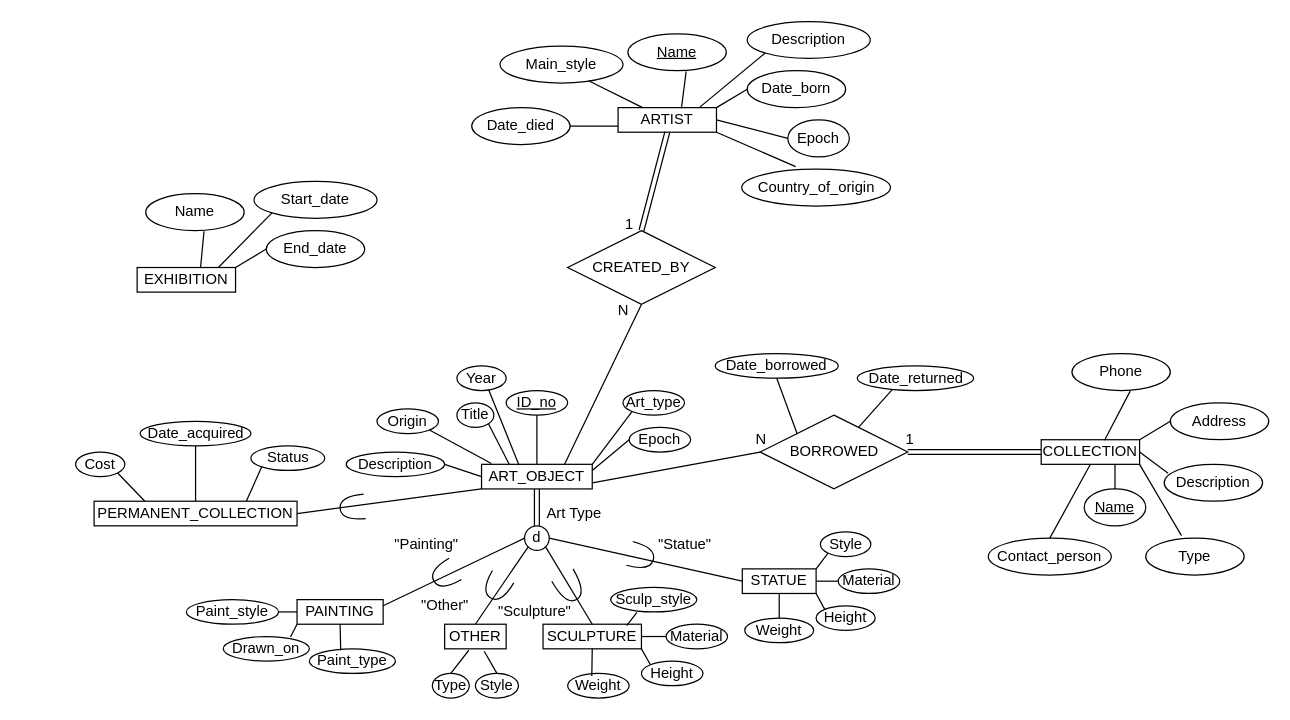
Maan-Khedr-ENSF-300/museum-project-chantae-katherine keeps this draw.io diagram as .github/Untitled Diagram.drawio. Above is the earlier version. Source tidied: cells renumbered, new cells numbered last; positions are measured from the earlier drawing's top-left corner, leaving out a move shared by most shapes. Both pictures are drawn from the tidied source at 123%, with x=0, y=0 at pixel (75, 21).
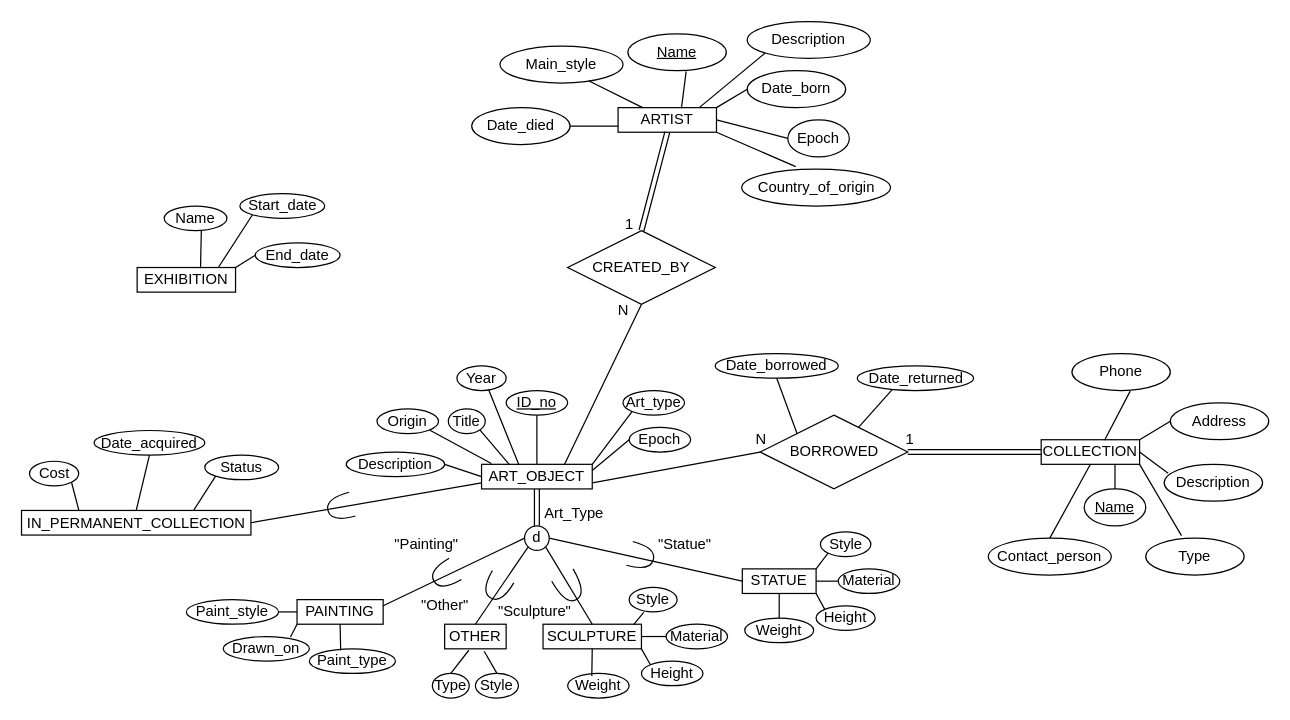
The same page after the edit.

Commit message:
Changed specialization name

Unchanged cells that the change refers to:
```xml
<mxCell id="2" value="ART_OBJECT" style="rounded=0;whiteSpace=wrap;html=1;" parent="1" vertex="1">
  <mxGeometry x="330" y="360" width="90" height="20" as="geometry" />
</mxCell>
<mxCell id="10" value="SCULPTURE" style="rounded=0;whiteSpace=wrap;html=1;" parent="1" vertex="1">
  <mxGeometry x="380" y="490" width="80" height="20" as="geometry" />
</mxCell>
```

The edit, as a diff of the source:
```diff
@@
     <mxCell id="5" value="Title" style="ellipse;whiteSpace=wrap;html=1;" parent="1" vertex="1">
-      <mxGeometry x="310" y="310" width="30" height="20" as="geometry" />
+      <mxGeometry x="303" y="315" width="30" height="20" as="geometry" />
     </mxCell>
@@
-    <mxCell id="21" value="Sculp_style" style="ellipse;whiteSpace=wrap;html=1;" parent="1" vertex="1">
-      <mxGeometry x="435" y="460" width="70" height="20" as="geometry" />
+    <mxCell id="21" value="Style" style="ellipse;whiteSpace=wrap;html=1;" parent="1" vertex="1">
+      <mxGeometry x="450" y="460" width="39" height="20" as="geometry" />
     </mxCell>
@@
-    <mxCell id="25" style="endArrow=none;html=1;rounded=0;entryX=0.305;entryY=1.017;entryDx=0;entryDy=0;entryPerimeter=0;exitX=0.85;exitY=0.058;exitDx=0;exitDy=0;exitPerimeter=0;" parent="1" edge="1" source="10" target="21">
+    <mxCell id="25" style="endArrow=none;html=1;rounded=0;entryX=0.305;entryY=1.017;entryDx=0;entryDy=0;entryPerimeter=0;exitX=0.92;exitY=0.02;exitDx=0;exitDy=0;exitPerimeter=0;" parent="1" edge="1" source="10" target="21">
       <mxGeometry relative="1" as="geometry" />
     </mxCell>
@@
     <mxCell id="57" value="Name" style="ellipse;whiteSpace=wrap;html=1;align=center;" parent="1" vertex="1">
-      <mxGeometry x="57" y="140" width="80" height="30" as="geometry" />
+      <mxGeometry x="72" y="150" width="51" height="20" as="geometry" />
     </mxCell>
     <mxCell id="58" value="End_date" style="ellipse;whiteSpace=wrap;html=1;align=center;" parent="1" vertex="1">
-      <mxGeometry x="155" y="170" width="80" height="30" as="geometry" />
+      <mxGeometry x="146" y="180" width="69" height="20" as="geometry" />
     </mxCell>
@@
     <mxCell id="61" value="Start_date" style="ellipse;whiteSpace=wrap;html=1;align=center;" parent="1" vertex="1">
-      <mxGeometry x="145" y="130" width="100" height="30" as="geometry" />
+      <mxGeometry x="133.5" y="140" width="69" height="20" as="geometry" />
     </mxCell>
@@
-    <mxCell id="78" value="PERMANENT_COLLECTION" style="rounded=0;whiteSpace=wrap;html=1;" parent="1" vertex="1">
-      <mxGeometry x="15" y="390" width="165" height="20" as="geometry" />
+    <mxCell id="78" value="IN_PERMANENT_COLLECTION" style="rounded=0;whiteSpace=wrap;html=1;" parent="1" vertex="1">
+      <mxGeometry x="-44" y="397.5" width="186.5" height="20" as="geometry" />
     </mxCell>
     <mxCell id="79" value="Date_acquired" style="ellipse;whiteSpace=wrap;html=1;" parent="1" vertex="1">
-      <mxGeometry x="52.5" y="325" width="90" height="20" as="geometry" />
+      <mxGeometry x="15" y="332.5" width="90" height="20" as="geometry" />
     </mxCell>
     <mxCell id="80" value="Status" style="ellipse;whiteSpace=wrap;html=1;" parent="1" vertex="1">
-      <mxGeometry x="142.5" y="345" width="60" height="20" as="geometry" />
+      <mxGeometry x="105" y="352.5" width="60" height="20" as="geometry" />
     </mxCell>
     <mxCell id="81" value="Cost" style="ellipse;whiteSpace=wrap;html=1;" parent="1" vertex="1">
-      <mxGeometry y="350" width="40" height="20" as="geometry" />
+      <mxGeometry x="-37.5" y="357.5" width="40" height="20" as="geometry" />
     </mxCell>
@@
-    <mxCell id="103" value="Art Type" style="text;html=1;align=center;verticalAlign=middle;strokeColor=none;fillColor=none;" parent="1" vertex="1">
+    <mxCell id="103" value="Art_Type" style="text;html=1;align=center;verticalAlign=middle;strokeColor=none;fillColor=none;" parent="1" vertex="1">
       <mxGeometry x="370" y="385" width="70" height="30" as="geometry" />
     </mxCell>
@@
-    <mxCell id="111" style="endArrow=none;html=1;rounded=0;entryX=0;entryY=1;entryDx=0;entryDy=0;exitX=1;exitY=0.5;exitDx=0;exitDy=0;" parent="1" edge="1" source="78" target="2">
-      <mxGeometry relative="1" as="geometry" />
-    </mxCell>
-    <mxCell id="112" style="shape=requiredInterface;html=1;verticalLabelPosition=bottom;sketch=0;rotation=-185;" parent="1" vertex="1">
-      <mxGeometry x="215" y="385" width="20" height="20" as="geometry" />
-    </mxCell>
@@
+    <mxCell id="111" style="endArrow=none;html=1;rounded=0;entryX=0;entryY=0.75;entryDx=0;entryDy=0;exitX=1;exitY=0.5;exitDx=0;exitDy=0;" parent="1" edge="1" source="78" target="2">
+      <mxGeometry relative="1" as="geometry" />
+    </mxCell>
+    <mxCell id="120" style="shape=requiredInterface;html=1;verticalLabelPosition=bottom;sketch=0;rotation=-195;" parent="1" vertex="1">
+      <mxGeometry x="204.8" y="385" width="20.5" height="20" as="geometry" />
+    </mxCell>
```
